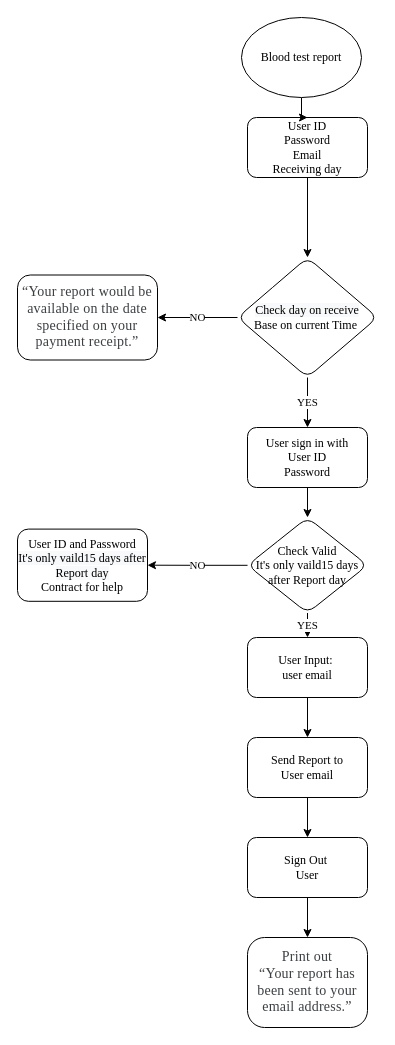
Earlier version of the draw.io diagram blood-test-reports.drawio (ricotrannguyen/Algorithm). Source tidied: cells renumbered, new cells numbered last; positions are measured from the earlier drawing's top-left corner, leaving out a move shared by most shapes. Both pictures are drawn from the tidied source at 100%, with x=0, y=0 at pixel (17, 17).
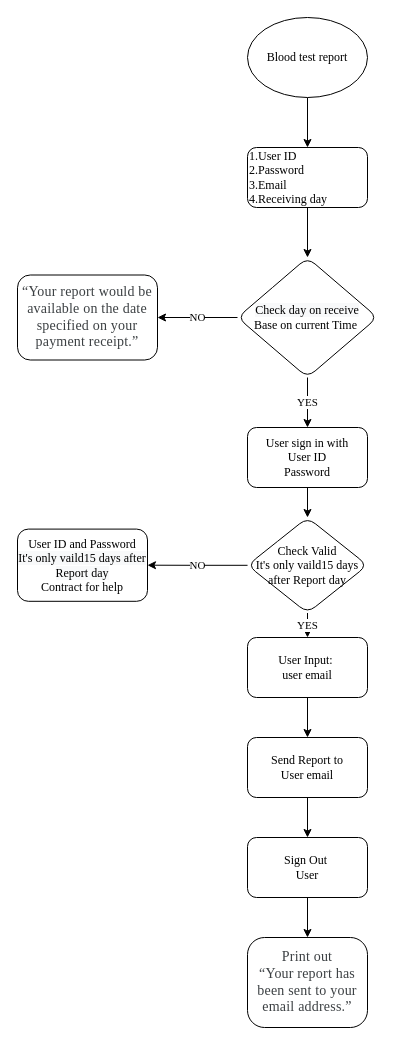
Above is the later version.

The edit, as a diff of the source:
```diff
@@
-    <mxCell id="3" value="User ID&lt;br&gt;Password&lt;br&gt;Email&lt;br&gt;Receiving day" style="whiteSpace=wrap;html=1;rounded=1;fontFamily=Times New Roman;" parent="1" vertex="1">
-      <mxGeometry x="230" y="100" width="120" height="60" as="geometry" />
+    <mxCell id="3" value="1.User ID&lt;br&gt;2.Password&lt;br&gt;3.Email&lt;br&gt;4.Receiving day" style="whiteSpace=wrap;html=1;rounded=1;fontFamily=Times New Roman;align=left;" parent="1" vertex="1">
+      <mxGeometry x="230" y="130" width="120" height="60" as="geometry" />
     </mxCell>
@@
     <mxCell id="22" value="Blood test report" style="ellipse;whiteSpace=wrap;html=1;fontFamily=Times New Roman;" parent="1" vertex="1">
-      <mxGeometry x="224" width="120" height="80" as="geometry" />
+      <mxGeometry x="230" width="120" height="80" as="geometry" />
     </mxCell>
```
